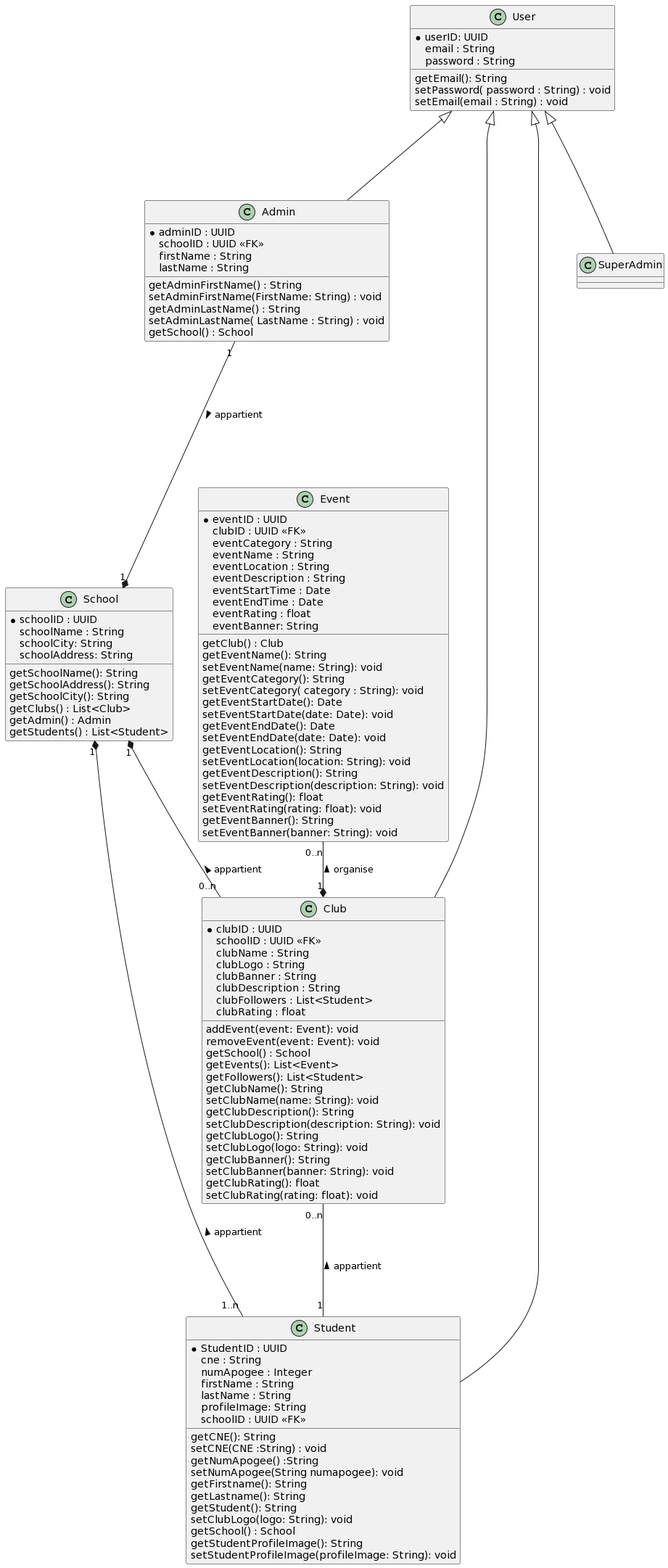
Earlier version of the PlantUML export UML Diagrams/class diagram.png (m-elhamlaoui/development-platform-biog).
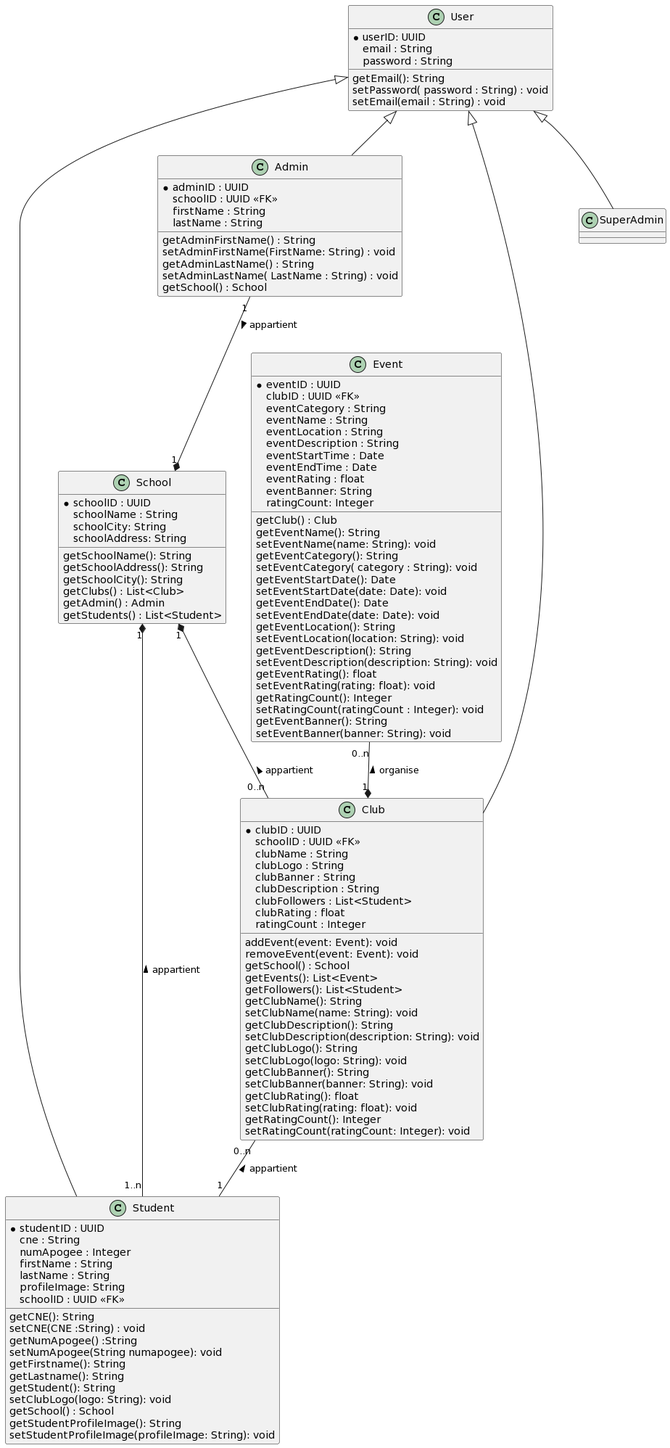
Above is the later version.

Commit message:
updated class diagram

Change to the diagram source:
```diff
@@ -1,6 +1,7 @@
 @startuml
 class School {
-* schoolID : UUID
+
+*schoolID : UUID
 schoolName : String
 schoolCity: String
 schoolAddress: String
@@ -13,7 +14,8 @@
 }
 
 class Event {
-* eventID : UUID
+
+*eventID : UUID
 clubID : UUID <<FK>>
 eventCategory : String
 eventName : String
@@ -23,6 +25,7 @@
 eventEndTime : Date
 eventRating : float
 eventBanner: String
+ratingCount: Integer
 getClub() : Club
 getEventName(): String
 setEventName(name: String): void
@@ -38,12 +41,15 @@
 setEventDescription(description: String): void
 getEventRating(): float
 setEventRating(rating: float): void
+getRatingCount(): Integer
+setRatingCount(ratingCount : Integer): void
 getEventBanner(): String
 setEventBanner(banner: String): void
 }
 
 class Club{
-* clubID : UUID
+
+*clubID : UUID
 schoolID : UUID <<FK>>
 clubName : String
 clubLogo : String
@@ -51,6 +57,7 @@
 clubDescription : String
 clubFollowers : List<Student>
 clubRating : float
+ratingCount : Integer
 addEvent(event: Event): void
 removeEvent(event: Event): void
 getSchool() : School
@@ -66,10 +73,13 @@
 setClubBanner(banner: String): void
 getClubRating(): float
 setClubRating(rating: float): void
+getRatingCount(): Integer
+setRatingCount(ratingCount: Integer): void
 }
 
 class User{
-* userID: UUID
+
+*userID: UUID
 email : String
 password : String
 getEmail(): String
@@ -78,7 +88,8 @@
 }
 
 class Admin {
-* adminID : UUID
+
+*adminID : UUID
 schoolID : UUID <<FK>>
 firstName : String
 lastName : String
@@ -91,7 +102,7 @@
 
 class Student{
 
-* StudentID : UUID
+*studentID : UUID
 cne : String
 numApogee : Integer
 firstName : String
@@ -114,14 +125,14 @@
 class SuperAdmin {
 }
 
-User <|--- SuperAdmin
-User <|--- Admin
-User <|--- Student
-User <|--- Club
+User <|-- SuperAdmin
+User <|-- Admin
+User <|- Student
+User <|- Club
 
 Event "0..n" --* "1" Club : < organise
 School "1" *-- "0..n" Club : < appartient
-School "1" *--- "1..n" Student : < appartient
-Admin "1" ----* "1" School : > appartient
-Club "0..n" --- "1" Student : < appartient
+School "1" *- "1..n" Student : < appartient
+Admin "1" --* "1" School : > appartient
+Club "0..n" -- "1" Student : < appartient
 @enduml
```
